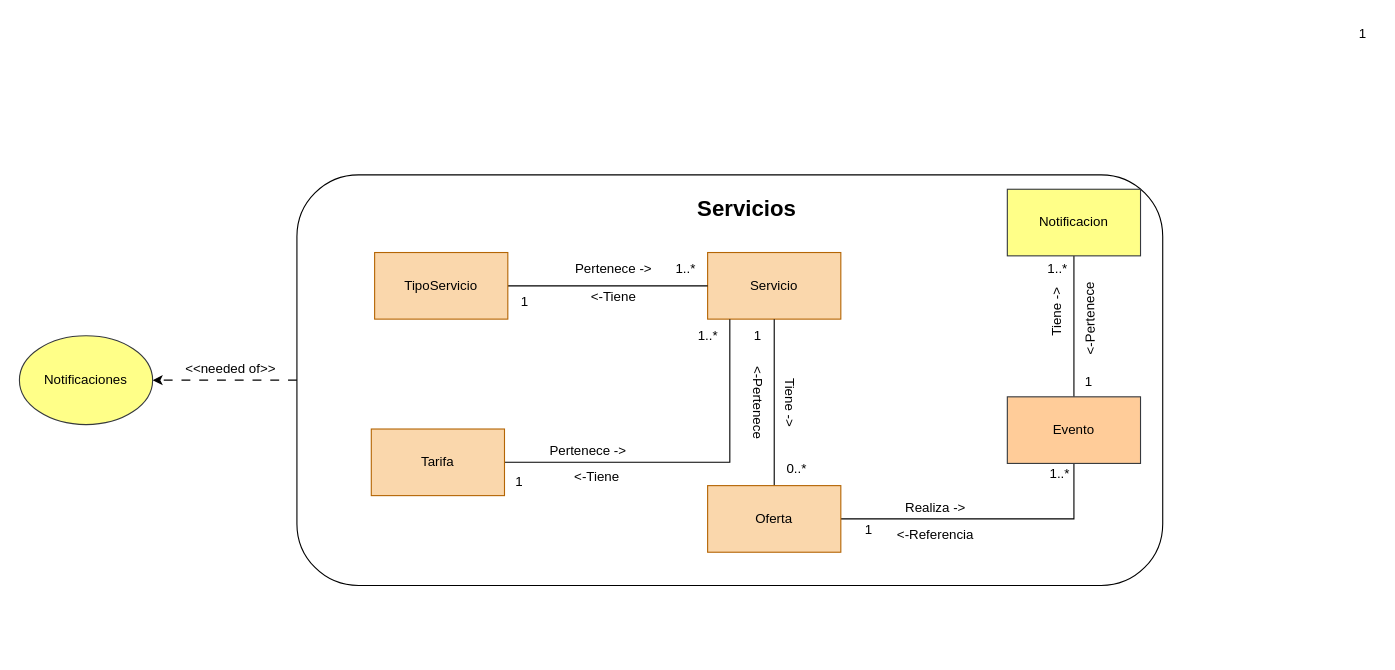
Above: page "4.5 Servicios-ModeloDominioAcotado" (6 of 13) of SpaOnline/ModeloDominioSpa.drawio in cristianospina/DOO (draw.io), before the change. Source tidied: cells renumbered, new cells numbered last; positions are measured from the earlier drawing's top-left corner, leaving out a move shared by most shapes. Both pictures are drawn from the tidied source at 111%, with x=0, y=0 at pixel (19, 19).
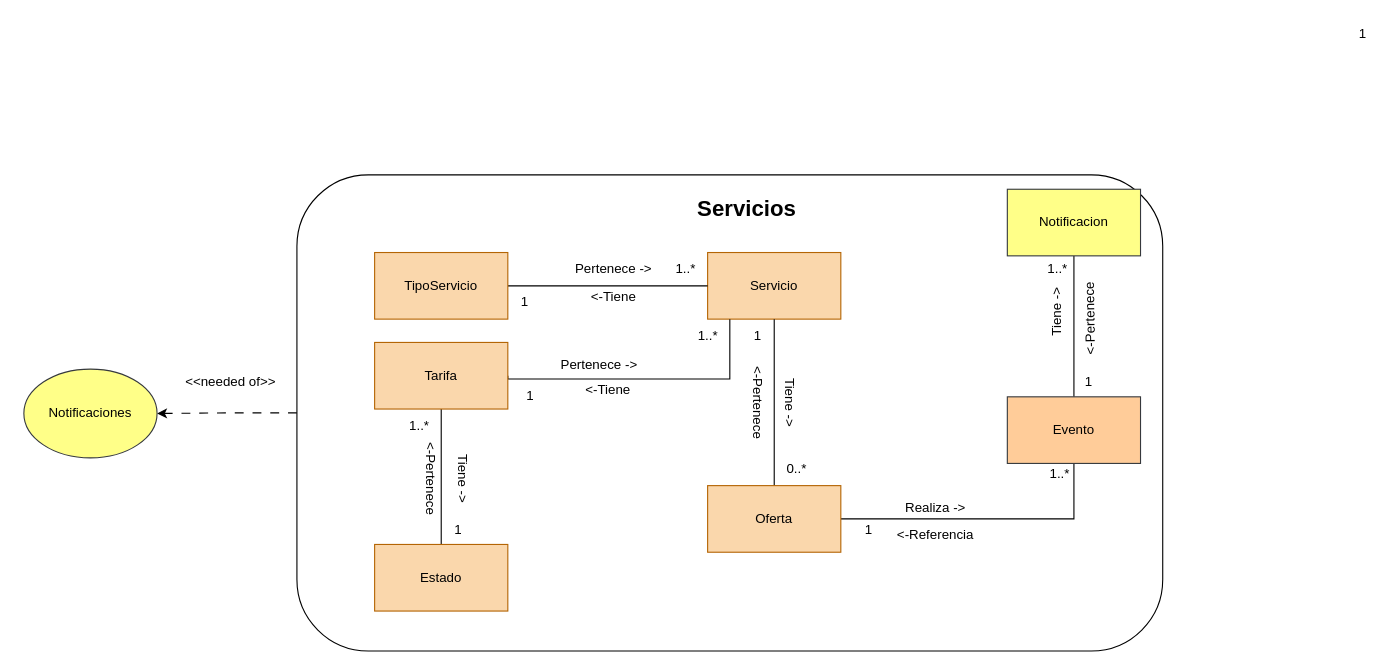
Above is the later version.

The change refers to these unchanged cells:
```xml
<mxCell id="5" value="Servicio" style="rounded=0;whiteSpace=wrap;html=1;fillColor=#fad7ac;strokeColor=#b46504;" parent="1" vertex="1">
  <mxGeometry x="620" y="210" width="120" height="60" as="geometry" />
</mxCell>
```

What changed in the source:
```diff
@@
     <mxCell id="3" style="rounded=1;whiteSpace=wrap;html=1;" parent="1" vertex="1">
-      <mxGeometry x="250" y="140" width="780" height="370" as="geometry" />
+      <mxGeometry x="250" y="140" width="780" height="429" as="geometry" />
     </mxCell>
@@
     <mxCell id="19" value="Notificaciones" style="ellipse;whiteSpace=wrap;html=1;fillColor=#ffff88;strokeColor=#36393d;" parent="1" vertex="1">
-      <mxGeometry y="285" width="120" height="80" as="geometry" />
+      <mxGeometry x="4" y="315" width="120" height="80" as="geometry" />
     </mxCell>
     <mxCell id="20" value="&amp;lt;&amp;lt;needed of&amp;gt;&amp;gt;" style="text;html=1;align=center;verticalAlign=middle;strokeColor=none;fillColor=none;" parent="1" vertex="1">
-      <mxGeometry x="140" y="300" width="100" height="30" as="geometry" />
+      <mxGeometry x="140" y="312" width="100" height="30" as="geometry" />
     </mxCell>
@@
-    <mxCell id="33" style="edgeStyle=orthogonalEdgeStyle;rounded=0;jettySize=auto;html=1;endArrow=none;endFill=0;" parent="1" edge="1" source="34" target="5">
+    <mxCell id="33" style="edgeStyle=orthogonalEdgeStyle;rounded=0;jettySize=auto;html=1;endArrow=none;endFill=0;exitX=1;exitY=0.5;exitDx=0;exitDy=0;" parent="1" edge="1" source="34" target="5">
       <mxGeometry relative="1" as="geometry">
         <Array as="points">
-          <mxPoint x="640" y="399" />
+          <mxPoint x="440" y="324" />
+          <mxPoint x="640" y="324" />
         </Array>
       </mxGeometry>
     </mxCell>
+    <mxCell id="39" style="edgeStyle=orthogonalEdgeStyle;rounded=0;jettySize=auto;html=1;endArrow=none;endFill=0;" parent="1" edge="1" source="34" target="40">
+      <mxGeometry relative="1" as="geometry" />
+    </mxCell>
     <mxCell id="34" value="Tarifa" style="rounded=0;whiteSpace=wrap;html=1;fillColor=#fad7ac;strokeColor=#b46504;" parent="1" vertex="1">
-      <mxGeometry x="317" y="369" width="120" height="60" as="geometry" />
+      <mxGeometry x="320" y="291" width="120" height="60" as="geometry" />
     </mxCell>
     <mxCell id="35" value="&amp;lt;-Tiene" style="text;html=1;align=center;verticalAlign=middle;fillColor=none;" parent="1" vertex="1">
-      <mxGeometry x="490" y="397" width="60" height="30" as="geometry" />
+      <mxGeometry x="500" y="319" width="60" height="30" as="geometry" />
     </mxCell>
     <mxCell id="36" value="Pertenece -&amp;gt;" style="text;html=1;align=center;verticalAlign=middle;fillColor=none;" parent="1" vertex="1">
-      <mxGeometry x="467" y="374" width="90" height="30" as="geometry" />
+      <mxGeometry x="477" y="296" width="90" height="30" as="geometry" />
     </mxCell>
     <mxCell id="37" value="1" style="text;html=1;align=center;verticalAlign=middle;fillColor=none;" parent="1" vertex="1">
-      <mxGeometry x="435" y="402" width="30" height="30" as="geometry" />
+      <mxGeometry x="445" y="324" width="30" height="30" as="geometry" />
     </mxCell>
@@
+    <mxCell id="40" value="Estado" style="rounded=0;whiteSpace=wrap;html=1;fillColor=#fad7ac;strokeColor=#b46504;" parent="1" vertex="1">
+      <mxGeometry x="320" y="473" width="120" height="60" as="geometry" />
+    </mxCell>
+    <mxCell id="41" value="Tiene -&amp;gt;" style="text;html=1;align=center;verticalAlign=middle;rotation=90;fillColor=none;" parent="1" vertex="1">
+      <mxGeometry x="364.5" y="398" width="70" height="30" as="geometry" />
+    </mxCell>
+    <mxCell id="42" value="&amp;lt;-Pertenece" style="text;html=1;align=center;verticalAlign=middle;rotation=90;fillColor=none;" parent="1" vertex="1">
+      <mxGeometry x="325.5" y="398" width="90" height="30" as="geometry" />
+    </mxCell>
+    <mxCell id="43" value="1&lt;br&gt;" style="text;html=1;align=center;verticalAlign=middle;fillColor=none;" parent="1" vertex="1">
+      <mxGeometry x="380" y="445" width="30" height="30" as="geometry" />
+    </mxCell>
+    <mxCell id="44" value="1..*" style="text;html=1;align=center;verticalAlign=middle;fillColor=none;" parent="1" vertex="1">
+      <mxGeometry x="340" y="351" width="40" height="30" as="geometry" />
+    </mxCell>
```
